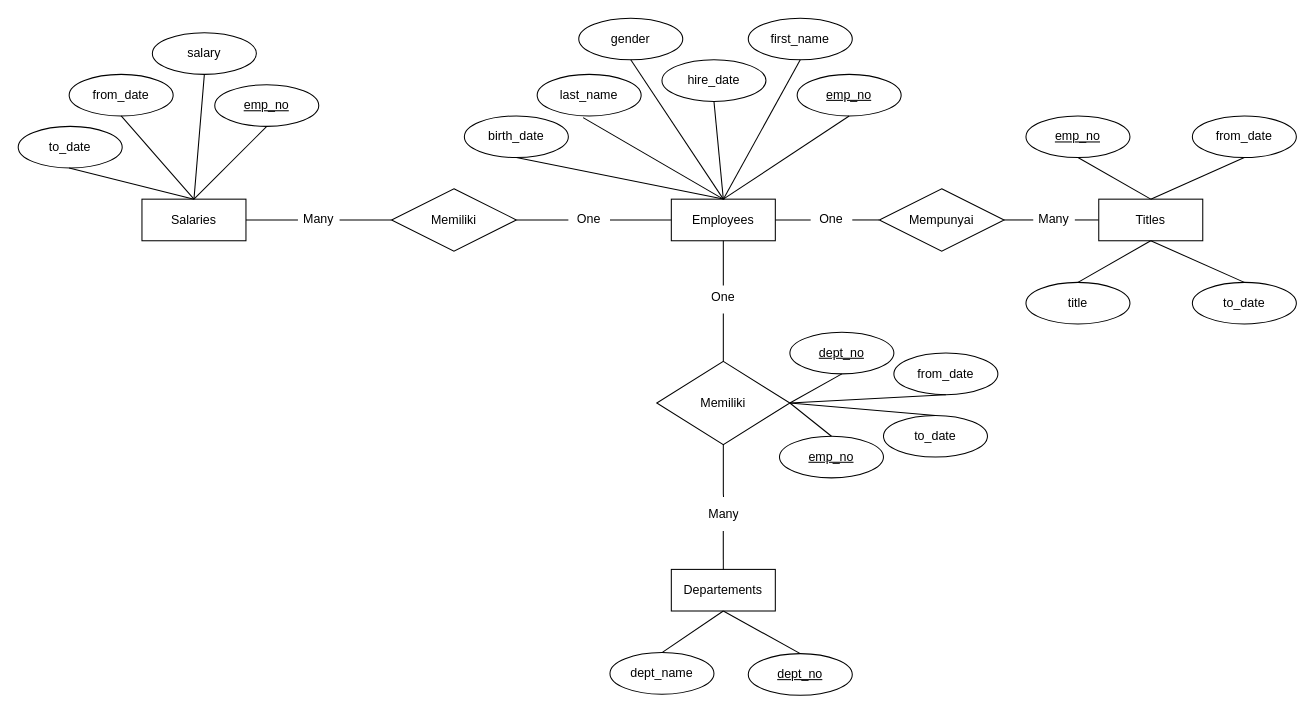
This is ERD1.drawio from dapzz-id/DrawIO, a draw.io file, before an edit. Source tidied: cells renumbered, new cells numbered last; positions are measured from the earlier drawing's top-left corner, leaving out a move shared by most shapes. Both pictures are drawn from the tidied source at 104%, with x=0, y=0 at pixel (18, 18).
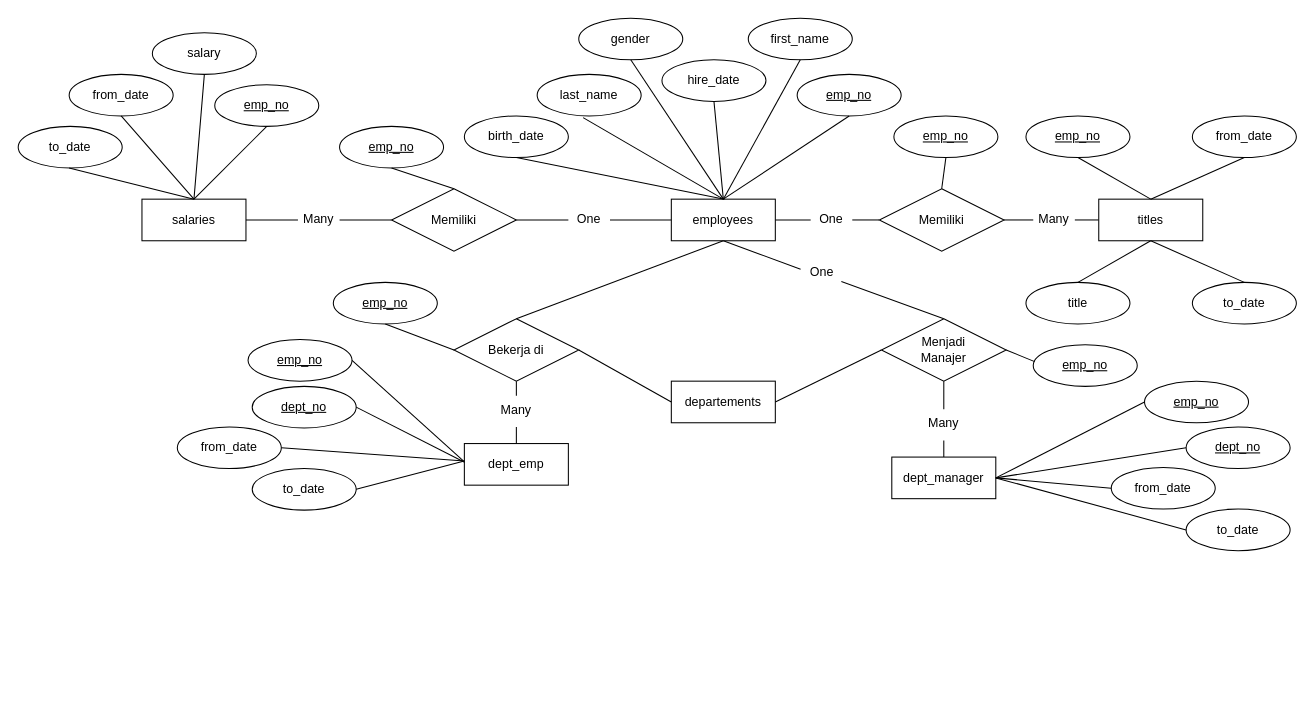
After the change.

The change refers to these unchanged cells:
```xml
<mxCell id="27" value="Memiliki" style="shape=rhombus;perimeter=rhombusPerimeter;whiteSpace=wrap;html=1;align=center;" parent="1" vertex="1">
  <mxGeometry x="359" y="164" width="120" height="60" as="geometry" />
</mxCell>
```

Change to the diagram source:
```diff
@@
-    <mxCell id="4" style="edgeStyle=orthogonalEdgeStyle;rounded=0;jettySize=auto;html=1;exitX=0.5;exitY=1;exitDx=0;exitDy=0;entryX=0.5;entryY=0;entryDx=0;entryDy=0;endArrow=none;endFill=0;" parent="1" edge="1" source="50" target="40">
-      <mxGeometry relative="1" as="geometry">
-        <Array as="points">
-          <mxPoint x="678" y="284" />
-        </Array>
-      </mxGeometry>
-    </mxCell>
-    <mxCell id="5" value="Employees" style="whiteSpace=wrap;html=1;align=center;" parent="1" vertex="1">
+    <mxCell id="5" value="employees" style="whiteSpace=wrap;html=1;align=center;" parent="1" vertex="1">
       <mxGeometry x="628" y="174" width="100" height="40" as="geometry" />
     </mxCell>
@@
-    <mxCell id="10" value="Mempunyai" style="shape=rhombus;perimeter=rhombusPerimeter;whiteSpace=wrap;html=1;align=center;" parent="1" vertex="1">
+    <mxCell id="10" value="Memiliki" style="shape=rhombus;perimeter=rhombusPerimeter;whiteSpace=wrap;html=1;align=center;" parent="1" vertex="1">
       <mxGeometry x="828" y="164" width="120" height="60" as="geometry" />
     </mxCell>
-    <mxCell id="11" value="Titles" style="whiteSpace=wrap;html=1;align=center;" parent="1" vertex="1">
+    <mxCell id="11" value="titles" style="whiteSpace=wrap;html=1;align=center;" parent="1" vertex="1">
       <mxGeometry x="1039" y="174" width="100" height="40" as="geometry" />
     </mxCell>
@@
-    <mxCell id="25" value="Salaries" style="whiteSpace=wrap;html=1;align=center;" parent="1" vertex="1">
+    <mxCell id="25" value="salaries" style="whiteSpace=wrap;html=1;align=center;" parent="1" vertex="1">
       <mxGeometry x="119" y="174" width="100" height="40" as="geometry" />
     </mxCell>
@@
-    <mxCell id="40" value="Memiliki" style="shape=rhombus;perimeter=rhombusPerimeter;whiteSpace=wrap;html=1;align=center;" parent="1" vertex="1">
-      <mxGeometry x="614" y="330" width="128" height="80" as="geometry" />
-    </mxCell>
-    <mxCell id="41" value="dept_no" style="ellipse;whiteSpace=wrap;html=1;align=center;fontStyle=4;" parent="1" vertex="1">
-      <mxGeometry x="742" y="302" width="100" height="40" as="geometry" />
-    </mxCell>
-    <mxCell id="42" style="endArrow=none;html=1;rounded=0;exitX=1;exitY=0.5;exitDx=0;exitDy=0;entryX=0.5;entryY=1;entryDx=0;entryDy=0;" parent="1" edge="1" source="40" target="41">
-      <mxGeometry relative="1" as="geometry" />
-    </mxCell>
-    <mxCell id="43" value="emp_no" style="ellipse;whiteSpace=wrap;html=1;align=center;fontStyle=4;" parent="1" vertex="1">
-      <mxGeometry x="732" y="402" width="100" height="40" as="geometry" />
-    </mxCell>
-    <mxCell id="44" style="endArrow=none;html=1;rounded=0;exitX=1;exitY=0.5;exitDx=0;exitDy=0;entryX=0.5;entryY=0;entryDx=0;entryDy=0;" parent="1" edge="1" source="40" target="43">
-      <mxGeometry relative="1" as="geometry" />
-    </mxCell>
-    <mxCell id="45" value="from_date" style="ellipse;whiteSpace=wrap;html=1;align=center;" parent="1" vertex="1">
-      <mxGeometry x="842" y="322" width="100" height="40" as="geometry" />
-    </mxCell>
-    <mxCell id="46" style="endArrow=none;html=1;rounded=0;exitX=1;exitY=0.5;exitDx=0;exitDy=0;entryX=0.5;entryY=1;entryDx=0;entryDy=0;" parent="1" edge="1" source="40" target="45">
-      <mxGeometry relative="1" as="geometry" />
-    </mxCell>
-    <mxCell id="47" value="to_date" style="ellipse;whiteSpace=wrap;html=1;align=center;" parent="1" vertex="1">
-      <mxGeometry x="832" y="382" width="100" height="40" as="geometry" />
-    </mxCell>
-    <mxCell id="48" style="endArrow=none;html=1;rounded=0;exitX=1;exitY=0.5;exitDx=0;exitDy=0;entryX=0.5;entryY=0;entryDx=0;entryDy=0;" parent="1" edge="1" source="40" target="47">
-      <mxGeometry relative="1" as="geometry" />
-    </mxCell>
-    <mxCell id="49" style="edgeStyle=orthogonalEdgeStyle;rounded=0;jettySize=auto;html=1;exitX=0.5;exitY=1;exitDx=0;exitDy=0;endArrow=none;endFill=0;" parent="1" edge="1" source="5">
-      <mxGeometry relative="1" as="geometry">
-        <mxPoint x="678" y="257" as="targetPoint" />
-      </mxGeometry>
-    </mxCell>
-    <mxCell id="50" value="One" style="text;strokeColor=none;fillColor=none;spacingLeft=4;spacingRight=4;overflow=hidden;points=[[0,0.5],[1,0.5]];portConstraint=eastwest;fontSize=12;whiteSpace=wrap;html=1;align=center;" parent="1" vertex="1">
-      <mxGeometry x="658" y="254" width="40" height="30" as="geometry" />
-    </mxCell>
@@
-    <mxCell id="59" value="Departements" style="whiteSpace=wrap;html=1;align=center;" parent="1" vertex="1">
-      <mxGeometry x="628" y="530" width="100" height="40" as="geometry" />
-    </mxCell>
-    <mxCell id="60" style="edgeStyle=orthogonalEdgeStyle;rounded=0;jettySize=auto;html=1;exitX=0.5;exitY=1;exitDx=0;exitDy=0;entryX=0.505;entryY=-0.089;entryDx=0;entryDy=0;endArrow=none;endFill=0;entryPerimeter=0;" parent="1" edge="1" source="40" target="61">
-      <mxGeometry relative="1" as="geometry">
-        <Array as="points">
-          <mxPoint x="678" y="457" />
-          <mxPoint x="678" y="457" />
-        </Array>
-      </mxGeometry>
-    </mxCell>
-    <mxCell id="61" value="Many" style="text;strokeColor=none;fillColor=none;spacingLeft=4;spacingRight=4;overflow=hidden;points=[[0,0.5],[1,0.5]];portConstraint=eastwest;fontSize=12;whiteSpace=wrap;html=1;" parent="1" vertex="1">
-      <mxGeometry x="658" y="463" width="40" height="30" as="geometry" />
-    </mxCell>
-    <mxCell id="62" value="dept_no" style="ellipse;whiteSpace=wrap;html=1;align=center;fontStyle=4;" parent="1" vertex="1">
-      <mxGeometry x="702" y="611" width="100" height="40" as="geometry" />
-    </mxCell>
-    <mxCell id="63" style="endArrow=none;html=1;rounded=0;exitX=0.5;exitY=1;exitDx=0;exitDy=0;entryX=0.5;entryY=0;entryDx=0;entryDy=0;" parent="1" edge="1" source="59" target="62">
-      <mxGeometry relative="1" as="geometry" />
-    </mxCell>
-    <mxCell id="64" value="dept_name" style="ellipse;whiteSpace=wrap;html=1;align=center;" parent="1" vertex="1">
-      <mxGeometry x="569" y="610" width="100" height="40" as="geometry" />
-    </mxCell>
-    <mxCell id="65" style="endArrow=none;html=1;rounded=0;exitX=0.5;exitY=1;exitDx=0;exitDy=0;entryX=0.5;entryY=0;entryDx=0;entryDy=0;" parent="1" edge="1" source="59" target="64">
-      <mxGeometry relative="1" as="geometry" />
-    </mxCell>
-    <mxCell id="66" style="edgeStyle=orthogonalEdgeStyle;rounded=0;jettySize=auto;html=1;exitX=0.5;exitY=0;exitDx=0;exitDy=0;entryX=0.499;entryY=1;entryDx=0;entryDy=0;entryPerimeter=0;endArrow=none;endFill=0;" parent="1" edge="1" source="59" target="61">
-      <mxGeometry relative="1" as="geometry" />
-    </mxCell>
+    <mxCell id="67" value="emp_no" style="ellipse;whiteSpace=wrap;html=1;align=center;fontStyle=4;" parent="1" vertex="1">
+      <mxGeometry x="842" y="94" width="100" height="40" as="geometry" />
+    </mxCell>
+    <mxCell id="68" style="endArrow=none;html=1;rounded=0;exitX=0.5;exitY=1;exitDx=0;exitDy=0;entryX=0.5;entryY=0;entryDx=0;entryDy=0;" parent="1" edge="1" source="67" target="10">
+      <mxGeometry relative="1" as="geometry" />
+    </mxCell>
+    <mxCell id="69" value="emp_no" style="ellipse;whiteSpace=wrap;html=1;align=center;fontStyle=4;" parent="1" vertex="1">
+      <mxGeometry x="309" y="104" width="100" height="40" as="geometry" />
+    </mxCell>
+    <mxCell id="70" style="endArrow=none;html=1;rounded=0;exitX=0.5;exitY=1;exitDx=0;exitDy=0;entryX=0.5;entryY=0;entryDx=0;entryDy=0;" parent="1" edge="1" source="69" target="27">
+      <mxGeometry relative="1" as="geometry" />
+    </mxCell>
+    <mxCell id="71" value="Menjadi&lt;div&gt;Manajer&lt;/div&gt;" style="shape=rhombus;perimeter=rhombusPerimeter;whiteSpace=wrap;html=1;align=center;" parent="1" vertex="1">
+      <mxGeometry x="830" y="289" width="120" height="60" as="geometry" />
+    </mxCell>
+    <mxCell id="72" style="endArrow=none;html=1;rounded=0;exitX=0.962;exitY=0.77;exitDx=0;exitDy=0;entryX=0.5;entryY=0;entryDx=0;entryDy=0;exitPerimeter=0;" parent="1" edge="1" source="50" target="71">
+      <mxGeometry relative="1" as="geometry" />
+    </mxCell>
+    <mxCell id="73" style="endArrow=none;html=1;rounded=0;exitX=0.5;exitY=1;exitDx=0;exitDy=0;entryX=-0.017;entryY=0.383;entryDx=0;entryDy=0;entryPerimeter=0;" parent="1" edge="1" source="5" target="50">
+      <mxGeometry relative="1" as="geometry" />
+    </mxCell>
+    <mxCell id="50" value="One" style="text;strokeColor=none;fillColor=none;spacingLeft=4;spacingRight=4;overflow=hidden;points=[[0,0.5],[1,0.5]];portConstraint=eastwest;fontSize=12;whiteSpace=wrap;html=1;align=center;" parent="1" vertex="1">
+      <mxGeometry x="753" y="230" width="40" height="30" as="geometry" />
+    </mxCell>
+    <mxCell id="74" value="dept_manager" style="whiteSpace=wrap;html=1;align=center;" parent="1" vertex="1">
+      <mxGeometry x="840" y="422" width="100" height="40" as="geometry" />
+    </mxCell>
+    <mxCell id="75" style="endArrow=none;html=1;rounded=0;entryX=0.5;entryY=0;entryDx=0;entryDy=0;exitX=0.5;exitY=1;exitDx=0;exitDy=0;" parent="1" edge="1" source="77" target="74">
+      <mxGeometry relative="1" as="geometry" />
+    </mxCell>
+    <mxCell id="76" style="endArrow=none;html=1;rounded=0;entryX=0.5;entryY=0;entryDx=0;entryDy=0;exitX=0.5;exitY=1;exitDx=0;exitDy=0;" parent="1" edge="1" source="71" target="77">
+      <mxGeometry relative="1" as="geometry" />
+    </mxCell>
+    <mxCell id="77" value="Many" style="text;strokeColor=none;fillColor=none;spacingLeft=4;spacingRight=4;overflow=hidden;points=[[0,0.5],[1,0.5]];portConstraint=eastwest;fontSize=12;whiteSpace=wrap;html=1;align=center;" parent="1" vertex="1">
+      <mxGeometry x="870" y="376" width="40" height="30" as="geometry" />
+    </mxCell>
+    <mxCell id="78" value="dept_no" style="ellipse;whiteSpace=wrap;html=1;align=center;fontStyle=4;" parent="1" vertex="1">
+      <mxGeometry x="1123" y="393" width="100" height="40" as="geometry" />
+    </mxCell>
+    <mxCell id="79" value="emp_no" style="ellipse;whiteSpace=wrap;html=1;align=center;fontStyle=4;" parent="1" vertex="1">
+      <mxGeometry x="1083" y="349" width="100" height="40" as="geometry" />
+    </mxCell>
+    <mxCell id="80" style="endArrow=none;html=1;rounded=0;exitX=1;exitY=0.5;exitDx=0;exitDy=0;entryX=0;entryY=0.5;entryDx=0;entryDy=0;" parent="1" edge="1" source="74" target="79">
+      <mxGeometry relative="1" as="geometry" />
+    </mxCell>
+    <mxCell id="81" style="endArrow=none;html=1;rounded=0;exitX=1;exitY=0.5;exitDx=0;exitDy=0;entryX=0;entryY=0.5;entryDx=0;entryDy=0;" parent="1" edge="1" source="74" target="78">
+      <mxGeometry relative="1" as="geometry" />
+    </mxCell>
+    <mxCell id="82" value="Bekerja di" style="shape=rhombus;perimeter=rhombusPerimeter;whiteSpace=wrap;html=1;align=center;" parent="1" vertex="1">
+      <mxGeometry x="419" y="289" width="120" height="60" as="geometry" />
+    </mxCell>
+    <mxCell id="83" value="dept_emp" style="whiteSpace=wrap;html=1;align=center;" parent="1" vertex="1">
+      <mxGeometry x="429" y="409" width="100" height="40" as="geometry" />
+    </mxCell>
+    <mxCell id="84" style="endArrow=none;html=1;rounded=0;entryX=0.5;entryY=0;entryDx=0;entryDy=0;exitX=0.5;exitY=1;exitDx=0;exitDy=0;" parent="1" edge="1" source="86" target="83">
+      <mxGeometry relative="1" as="geometry" />
+    </mxCell>
+    <mxCell id="85" style="endArrow=none;html=1;rounded=0;entryX=0.5;entryY=0;entryDx=0;entryDy=0;exitX=0.5;exitY=1;exitDx=0;exitDy=0;" parent="1" edge="1" source="82" target="86">
+      <mxGeometry relative="1" as="geometry" />
+    </mxCell>
+    <mxCell id="86" value="Many" style="text;strokeColor=none;fillColor=none;spacingLeft=4;spacingRight=4;overflow=hidden;points=[[0,0.5],[1,0.5]];portConstraint=eastwest;fontSize=12;whiteSpace=wrap;html=1;align=center;" parent="1" vertex="1">
+      <mxGeometry x="459" y="363" width="40" height="30" as="geometry" />
+    </mxCell>
+    <mxCell id="87" value="emp_no" style="ellipse;whiteSpace=wrap;html=1;align=center;fontStyle=4;" parent="1" vertex="1">
+      <mxGeometry x="976" y="314" width="100" height="40" as="geometry" />
+    </mxCell>
+    <mxCell id="88" style="endArrow=none;html=1;rounded=0;exitX=1;exitY=0.5;exitDx=0;exitDy=0;entryX=0.014;entryY=0.405;entryDx=0;entryDy=0;entryPerimeter=0;" parent="1" edge="1" source="71" target="87">
+      <mxGeometry relative="1" as="geometry" />
+    </mxCell>
+    <mxCell id="89" style="endArrow=none;html=1;rounded=0;entryX=0.5;entryY=1;entryDx=0;entryDy=0;exitX=0.5;exitY=0;exitDx=0;exitDy=0;" parent="1" edge="1" source="82" target="5">
+      <mxGeometry relative="1" as="geometry" />
+    </mxCell>
+    <mxCell id="90" value="from_date" style="ellipse;whiteSpace=wrap;html=1;align=center;" parent="1" vertex="1">
+      <mxGeometry x="1051" y="432" width="100" height="40" as="geometry" />
+    </mxCell>
+    <mxCell id="91" style="endArrow=none;html=1;rounded=0;exitX=1;exitY=0.5;exitDx=0;exitDy=0;entryX=0;entryY=0.5;entryDx=0;entryDy=0;" parent="1" edge="1" source="74" target="90">
+      <mxGeometry relative="1" as="geometry" />
+    </mxCell>
+    <mxCell id="92" value="to_date" style="ellipse;whiteSpace=wrap;html=1;align=center;" parent="1" vertex="1">
+      <mxGeometry x="1123" y="472" width="100" height="40" as="geometry" />
+    </mxCell>
+    <mxCell id="93" style="endArrow=none;html=1;rounded=0;exitX=1;exitY=0.5;exitDx=0;exitDy=0;entryX=0;entryY=0.5;entryDx=0;entryDy=0;" parent="1" edge="1" source="74" target="92">
+      <mxGeometry relative="1" as="geometry" />
+    </mxCell>
+    <mxCell id="94" value="dept_no" style="ellipse;whiteSpace=wrap;html=1;align=center;fontStyle=4;" parent="1" vertex="1">
+      <mxGeometry x="225" y="354" width="100" height="40" as="geometry" />
+    </mxCell>
+    <mxCell id="95" value="emp_no" style="ellipse;whiteSpace=wrap;html=1;align=center;fontStyle=4;" parent="1" vertex="1">
+      <mxGeometry x="221" y="309" width="100" height="40" as="geometry" />
+    </mxCell>
+    <mxCell id="96" value="from_date" style="ellipse;whiteSpace=wrap;html=1;align=center;" parent="1" vertex="1">
+      <mxGeometry x="153" y="393" width="100" height="40" as="geometry" />
+    </mxCell>
+    <mxCell id="97" value="to_date" style="ellipse;whiteSpace=wrap;html=1;align=center;" parent="1" vertex="1">
+      <mxGeometry x="225" y="433" width="100" height="40" as="geometry" />
+    </mxCell>
+    <mxCell id="98" value="emp_no" style="ellipse;whiteSpace=wrap;html=1;align=center;fontStyle=4;" parent="1" vertex="1">
+      <mxGeometry x="303" y="254" width="100" height="40" as="geometry" />
+    </mxCell>
+    <mxCell id="99" style="endArrow=none;html=1;rounded=0;entryX=0.5;entryY=1;entryDx=0;entryDy=0;exitX=0;exitY=0.5;exitDx=0;exitDy=0;" parent="1" edge="1" source="82" target="98">
+      <mxGeometry relative="1" as="geometry" />
+    </mxCell>
+    <mxCell id="100" style="endArrow=none;html=1;rounded=0;entryX=-0.007;entryY=0.421;entryDx=0;entryDy=0;entryPerimeter=0;exitX=1;exitY=0.5;exitDx=0;exitDy=0;" parent="1" edge="1" source="95" target="83">
+      <mxGeometry relative="1" as="geometry" />
+    </mxCell>
+    <mxCell id="101" style="endArrow=none;html=1;rounded=0;entryX=0.002;entryY=0.448;entryDx=0;entryDy=0;entryPerimeter=0;exitX=1;exitY=0.5;exitDx=0;exitDy=0;" parent="1" edge="1" source="94" target="83">
+      <mxGeometry relative="1" as="geometry" />
+    </mxCell>
+    <mxCell id="102" style="endArrow=none;html=1;rounded=0;exitX=1;exitY=0.5;exitDx=0;exitDy=0;entryX=0.002;entryY=0.417;entryDx=0;entryDy=0;entryPerimeter=0;" parent="1" edge="1" source="96" target="83">
+      <mxGeometry relative="1" as="geometry" />
+    </mxCell>
+    <mxCell id="103" style="endArrow=none;html=1;rounded=0;exitX=1;exitY=0.5;exitDx=0;exitDy=0;entryX=-0.01;entryY=0.423;entryDx=0;entryDy=0;entryPerimeter=0;" parent="1" edge="1" source="97" target="83">
+      <mxGeometry relative="1" as="geometry" />
+    </mxCell>
+    <mxCell id="104" value="departements" style="whiteSpace=wrap;html=1;align=center;" parent="1" vertex="1">
+      <mxGeometry x="628" y="349" width="100" height="40" as="geometry" />
+    </mxCell>
+    <mxCell id="105" style="endArrow=none;html=1;rounded=0;exitX=1;exitY=0.5;exitDx=0;exitDy=0;entryX=0;entryY=0.5;entryDx=0;entryDy=0;" parent="1" edge="1" source="82" target="104">
+      <mxGeometry relative="1" as="geometry" />
+    </mxCell>
+    <mxCell id="106" style="endArrow=none;html=1;rounded=0;entryX=0;entryY=0.5;entryDx=0;entryDy=0;exitX=1;exitY=0.5;exitDx=0;exitDy=0;" parent="1" edge="1" source="104" target="71">
+      <mxGeometry relative="1" as="geometry" />
+    </mxCell>
```
